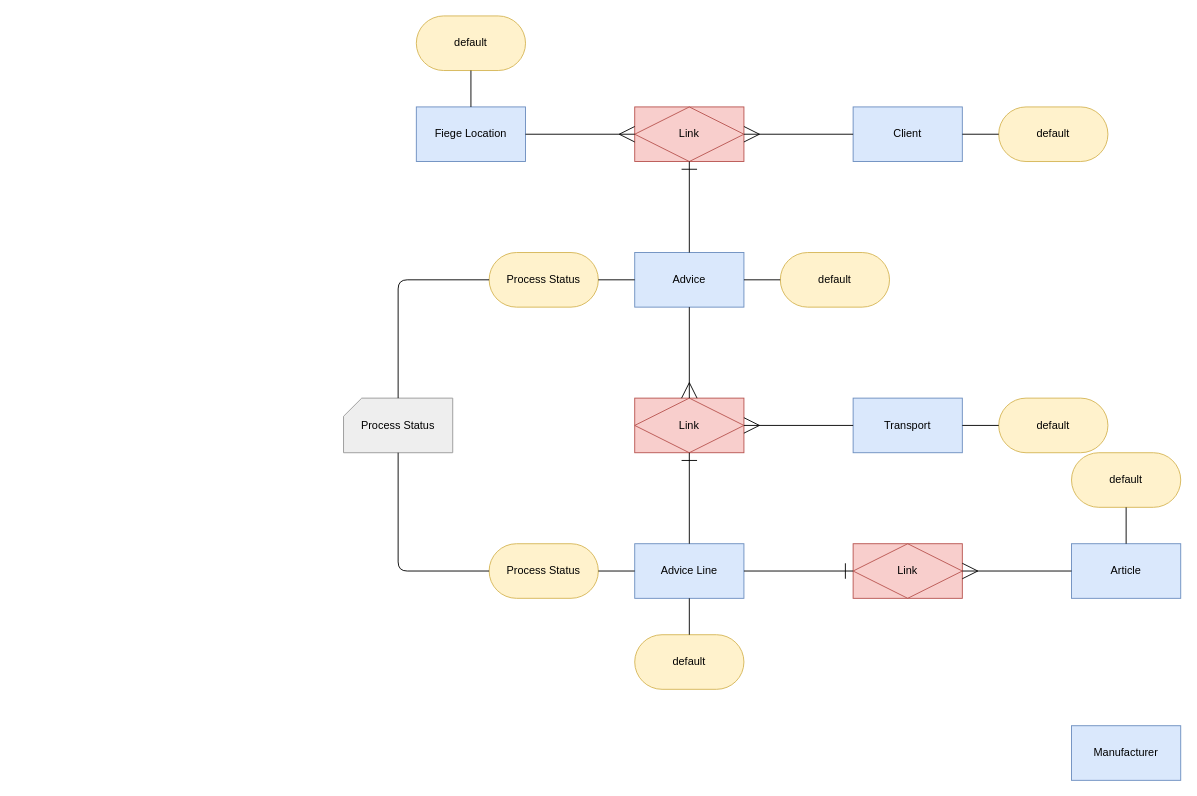
This is drawio/Standard Inbound.drawio from mtruschk/ELM2, a draw.io file, before an edit. Source tidied: cells renumbered, new cells numbered last; positions are measured from the earlier drawing's top-left corner, leaving out a move shared by most shapes. Both pictures are drawn from the tidied source at 91%, with x=0, y=0 at pixel (343, 15).
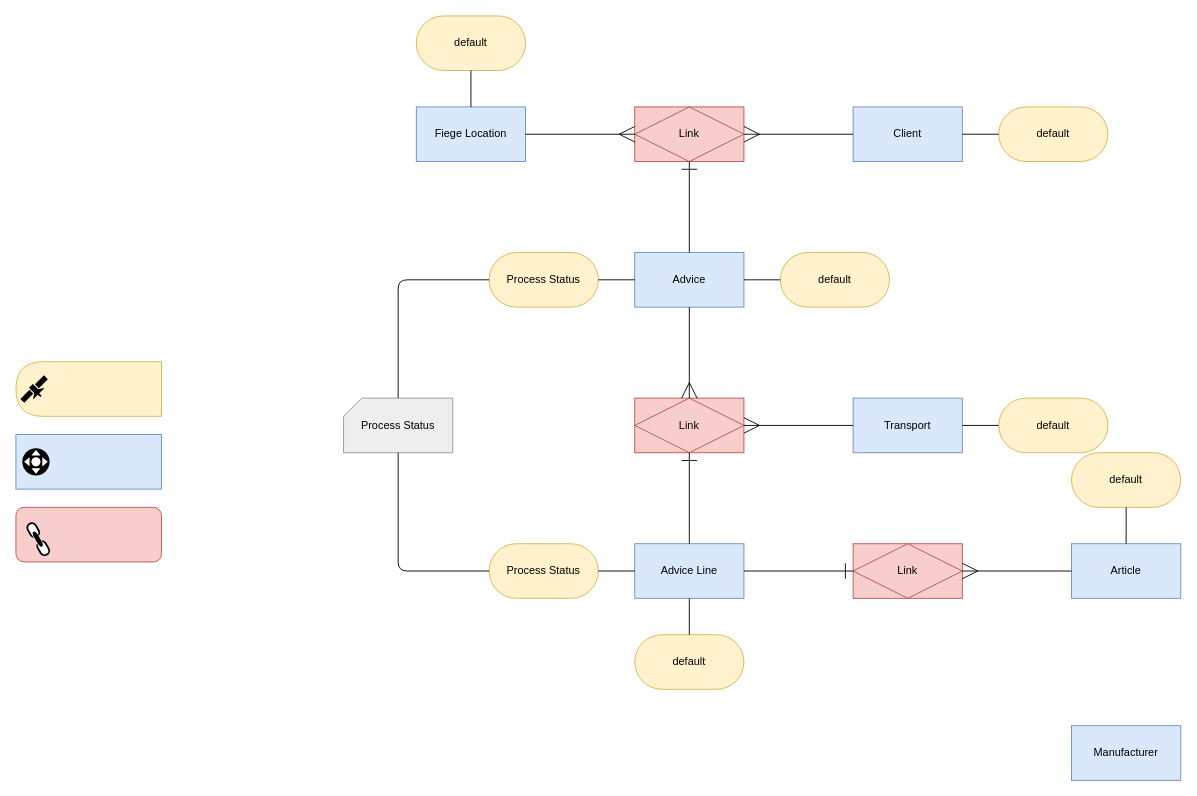
The same page after the edit.

Change to the diagram source:
```diff
@@
+    <mxCell id="39" style="rounded=0;whiteSpace=wrap;html=1;fillColor=#dae8fc;strokeColor=#6c8ebf;" parent="1" vertex="1">
+      <mxGeometry x="-360" y="460" width="160" height="60" as="geometry" />
+    </mxCell>
+    <mxCell id="40" style="rounded=1;whiteSpace=wrap;html=1;fillColor=#f8cecc;strokeColor=#b85450;" parent="1" vertex="1">
+      <mxGeometry x="-360" y="540" width="160" height="60" as="geometry" />
+    </mxCell>
+    <mxCell id="41" style="shape=delay;whiteSpace=wrap;html=1;rotation=-180;fillColor=#fff2cc;strokeColor=#d6b656;" parent="1" vertex="1">
+      <mxGeometry x="-360" y="380" width="160" height="60" as="geometry" />
+    </mxCell>
+    <mxCell id="42" style="group;rotation=60;" parent="1" vertex="1">
+      <mxGeometry x="-355" y="570" width="38" height="10" as="geometry" />
+    </mxCell>
+    <mxCell id="43" style="strokeWidth=2;html=1;shape=mxgraph.flowchart.terminator;whiteSpace=wrap;rotation=60;" parent="42" vertex="1">
+      <mxGeometry x="6" y="-10" width="16" height="10" as="geometry" />
+    </mxCell>
+    <mxCell id="44" style="strokeWidth=2;html=1;shape=mxgraph.flowchart.terminator;whiteSpace=wrap;rotation=60;" parent="42" vertex="1">
+      <mxGeometry x="17" y="10" width="16" height="10" as="geometry" />
+    </mxCell>
+    <mxCell id="45" style="verticalLabelPosition=bottom;verticalAlign=top;html=1;shape=mxgraph.basic.rect;fillColor2=none;strokeWidth=1;size=20;indent=5;fillColor=#FFFFFF;strokeColor=none;rotation=60;" parent="42" vertex="1">
+      <mxGeometry x="9" y="2" width="20" height="6" as="geometry" />
+    </mxCell>
+    <mxCell id="46" style="strokeWidth=3;html=1;shape=mxgraph.flowchart.terminator;whiteSpace=wrap;rotation=60;" parent="42" vertex="1">
+      <mxGeometry x="11" y="4" width="16" height="2" as="geometry" />
+    </mxCell>
+    <mxCell id="47" style="group;" parent="1" vertex="1">
+      <mxGeometry x="-353" y="475" width="30" height="30" as="geometry" />
+    </mxCell>
+    <mxCell id="48" style="verticalLabelPosition=bottom;verticalAlign=top;html=1;shape=mxgraph.flowchart.on-page_reference;strokeColor=none;fillColor=#000000;" parent="47" vertex="1">
+      <mxGeometry width="30" height="30" as="geometry" />
+    </mxCell>
+    <mxCell id="49" style="verticalLabelPosition=bottom;verticalAlign=top;html=1;shape=mxgraph.flowchart.on-page_reference;strokeColor=none;fillColor=#FFFFFF;" parent="47" vertex="1">
+      <mxGeometry x="10" y="10" width="10" height="10" as="geometry" />
+    </mxCell>
+    <mxCell id="50" style="triangle;whiteSpace=wrap;html=1;strokeColor=none;rounded=0;" parent="47" vertex="1">
+      <mxGeometry x="22" y="10" width="6" height="10" as="geometry" />
+    </mxCell>
+    <mxCell id="51" style="triangle;whiteSpace=wrap;html=1;rounded=0;rotation=-180;strokeColor=none;" parent="47" vertex="1">
+      <mxGeometry x="2" y="10" width="6" height="10" as="geometry" />
+    </mxCell>
+    <mxCell id="52" style="triangle;whiteSpace=wrap;html=1;rounded=0;rotation=90;strokeColor=none;" parent="47" vertex="1">
+      <mxGeometry x="12" y="20" width="6" height="10" as="geometry" />
+    </mxCell>
+    <mxCell id="53" style="triangle;whiteSpace=wrap;html=1;rounded=0;rotation=-90;strokeColor=none;" parent="47" vertex="1">
+      <mxGeometry x="12" width="6" height="10" as="geometry" />
+    </mxCell>
+    <mxCell id="54" style="group;rotation=-45;" parent="1" vertex="1">
+      <mxGeometry x="-356" y="404" width="36" height="16" as="geometry" />
+    </mxCell>
+    <mxCell id="55" style="rounded=0;whiteSpace=wrap;html=1;strokeColor=none;fillColor=#000000;rotation=-45;" parent="54" vertex="1">
+      <mxGeometry x="13" y="1" width="6" height="10" as="geometry" />
+    </mxCell>
+    <mxCell id="56" style="rounded=0;whiteSpace=wrap;html=1;strokeColor=none;fillColor=#000000;rotation=-45;" parent="54" vertex="1">
+      <mxGeometry x="17" y="-5" width="14" height="6" as="geometry" />
+    </mxCell>
+    <mxCell id="57" style="rounded=0;whiteSpace=wrap;html=1;strokeColor=none;fillColor=#000000;rotation=-45;" parent="54" vertex="1">
+      <mxGeometry x="1" y="11" width="14" height="6" as="geometry" />
+    </mxCell>
+    <mxCell id="58" style="triangle;whiteSpace=wrap;html=1;strokeColor=none;fillColor=#000000;rotation=-135;" parent="54" vertex="1">
+      <mxGeometry x="16" width="6" height="18" as="geometry" />
+    </mxCell>
+    <mxCell id="59" style="rounded=0;whiteSpace=wrap;html=1;strokeColor=none;fillColor=#000000;rotation=-45;" parent="54" vertex="1">
+      <mxGeometry x="20" y="8" width="2" height="7" as="geometry" />
+    </mxCell>
```
